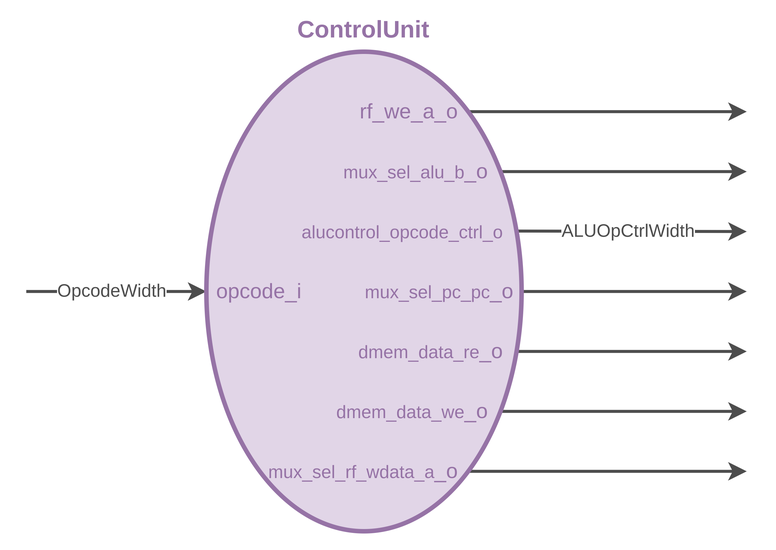
Before: xmint/design/ControlUnit.png, a diagram exported from draw.io (Dark-GreenCat/xmint). Source tidied: cells renumbered, new cells last; positions are measured from the earlier drawing's top-left corner, leaving out a move shared by most shapes. The source it was exported from:
```xml
<mxGraphModel background="#ffffff">
  <root>
    <mxCell id="0" />
    <mxCell id="1" parent="0" />
    <mxCell id="2" style="endArrow=classic;html=1;strokeWidth=2;strokeColor=#4D4D4D;fontFamily=Helvetica;fontSize=10;exitX=0.984;exitY=0.625;exitDx=0;exitDy=0;exitPerimeter=0;" parent="1" edge="1" source="12">
      <mxGeometry relative="1" as="geometry">
        <mxPoint x="480" y="220" as="targetPoint" />
      </mxGeometry>
    </mxCell>
    <mxCell id="3" style="endArrow=classic;html=1;fontSize=12;strokeWidth=2;fontFamily=Helvetica;strokeColor=#4D4D4D;rounded=0;fontColor=#9673A6;startSize=4;exitX=0.932;exitY=0.75;exitDx=0;exitDy=0;exitPerimeter=0;" parent="1" edge="1" source="12">
      <mxGeometry relative="1" as="geometry">
        <mxPoint x="480" y="260" as="targetPoint" />
      </mxGeometry>
    </mxCell>
    <mxCell id="4" style="endArrow=classic;html=1;fontSize=12;strokeWidth=2;fontFamily=Helvetica;strokeColor=#4D4D4D;rounded=0;fontColor=#9673A6;startSize=4;exitX=0.829;exitY=0.875;exitDx=0;exitDy=0;exitPerimeter=0;" parent="1" edge="1" source="12">
      <mxGeometry relative="1" as="geometry">
        <mxPoint x="480" y="300" as="targetPoint" />
      </mxGeometry>
    </mxCell>
    <mxCell id="5" style="endArrow=classic;html=1;fontSize=12;strokeWidth=2;fontFamily=Helvetica;strokeColor=#4D4D4D;rounded=0;fontColor=#9673A6;startSize=4;exitX=1;exitY=0.5;exitDx=0;exitDy=0;exitPerimeter=0;" parent="1" edge="1" source="12">
      <mxGeometry relative="1" as="geometry">
        <mxPoint x="480" y="180" as="targetPoint" />
      </mxGeometry>
    </mxCell>
    <mxCell id="6" style="endArrow=classic;html=1;fontSize=12;strokeWidth=2;fontFamily=Helvetica;strokeColor=#4D4D4D;rounded=0;fontColor=#9673A6;startSize=4;exitX=0.831;exitY=0.125;exitDx=0;exitDy=0;exitPerimeter=0;" parent="1" edge="1" source="12">
      <mxGeometry relative="1" as="geometry">
        <mxPoint x="480" y="60" as="targetPoint" />
      </mxGeometry>
    </mxCell>
    <mxCell id="7" style="endArrow=classic;html=1;fontSize=12;strokeWidth=2;fontFamily=Helvetica;strokeColor=#4D4D4D;rounded=0;fontColor=#9673A6;startSize=4;exitX=0.934;exitY=0.25;exitDx=0;exitDy=0;exitPerimeter=0;" parent="1" edge="1" source="12">
      <mxGeometry relative="1" as="geometry">
        <mxPoint x="480" y="100" as="targetPoint" />
      </mxGeometry>
    </mxCell>
    <mxCell id="8" style="endArrow=classic;html=1;entryX=0;entryY=0;entryDx=0;entryDy=160;entryPerimeter=0;strokeWidth=2;strokeColor=#4D4D4D;fontFamily=Helvetica;fontSize=10;" parent="1" edge="1" target="12">
      <mxGeometry relative="1" as="geometry">
        <mxPoint y="180" as="sourcePoint" />
      </mxGeometry>
    </mxCell>
    <mxCell id="9" value="OpcodeWidth" style="edgeLabel;html=1;align=center;verticalAlign=middle;fontSize=12;fontFamily=Helvetica;fontColor=#4D4D4D;" parent="8" vertex="1">
      <mxGeometry x="0.21" y="1" relative="1" as="geometry">
        <mxPoint x="-16" y="1" as="offset" />
      </mxGeometry>
    </mxCell>
    <mxCell id="10" style="endArrow=classic;html=1;strokeWidth=2;strokeColor=#4D4D4D;fontFamily=Helvetica;fontSize=10;exitX=0.984;exitY=0.374;exitDx=0;exitDy=0;exitPerimeter=0;" parent="1" edge="1" source="12">
      <mxGeometry relative="1" as="geometry">
        <mxPoint x="480" y="140" as="targetPoint" />
      </mxGeometry>
    </mxCell>
    <mxCell id="11" value="ALUOpCtrlWidth" style="edgeLabel;html=1;align=center;verticalAlign=middle;fontSize=12;fontFamily=Helvetica;fontColor=#4D4D4D;" parent="10" vertex="1">
      <mxGeometry x="0.21" y="1" relative="1" as="geometry">
        <mxPoint x="-19" y="1" as="offset" />
      </mxGeometry>
    </mxCell>
    <mxCell id="12" style="externalPins=0;shadow=0;dashed=0;align=center;html=1;strokeWidth=3;shape=mxgraph.rtl.abstract.entity;kind=combinational;drawPins=0;left=3;right=2;bottom=0;top=0;strokeColor=#9673a6;fontFamily=Helvetica;fontSize=12;fillColor=#e1d5e7;" parent="1" vertex="1">
      <mxGeometry x="120" y="20" width="210" height="320" as="geometry" />
    </mxCell>
    <mxCell id="13" value="ControlUnit" style="text;html=1;strokeColor=none;fillColor=none;align=center;verticalAlign=middle;whiteSpace=wrap;rounded=0;fontStyle=1;fontSize=16;fontColor=#9673A6;strokeWidth=3;fontFamily=Helvetica;" parent="1" vertex="1">
      <mxGeometry x="195" width="60" height="10" as="geometry" />
    </mxCell>
    <mxCell id="14" value="opcode_i" style="text;html=1;strokeColor=none;fillColor=none;align=left;verticalAlign=middle;whiteSpace=wrap;rounded=0;fontSize=14;strokeWidth=3;fontFamily=Helvetica;fontColor=#9673A6;" parent="1" vertex="1">
      <mxGeometry x="125" y="165" width="60" height="30" as="geometry" />
    </mxCell>
    <mxCell id="15" value="rf_we_a_o" style="text;html=1;strokeColor=none;fillColor=none;align=right;verticalAlign=middle;whiteSpace=wrap;rounded=0;fontSize=14;strokeWidth=3;fontFamily=Helvetica;fontColor=#9673A6;" parent="1" vertex="1">
      <mxGeometry x="230" y="50" width="60" height="20" as="geometry" />
    </mxCell>
    <mxCell id="16" value="&lt;span style=&quot;font-size: 12px; text-align: center;&quot;&gt;mux_sel_alu_b&lt;/span&gt;_o" style="text;html=1;strokeColor=none;fillColor=none;align=right;verticalAlign=middle;whiteSpace=wrap;rounded=0;fontSize=14;strokeWidth=3;fontFamily=Helvetica;fontColor=#9673A6;fontStyle=0;labelBackgroundColor=none;" parent="1" vertex="1">
      <mxGeometry x="250" y="90" width="60" height="20" as="geometry" />
    </mxCell>
    <mxCell id="17" value="&lt;span style=&quot;font-size: 12px; text-align: center;&quot;&gt;mux_sel_pc_pc&lt;/span&gt;_o" style="text;html=1;strokeColor=none;fillColor=none;align=right;verticalAlign=middle;whiteSpace=wrap;rounded=0;fontSize=14;strokeWidth=3;fontFamily=Helvetica;fontColor=#9673A6;fontStyle=0;labelBackgroundColor=none;" parent="1" vertex="1">
      <mxGeometry x="267" y="170" width="60" height="20" as="geometry" />
    </mxCell>
    <mxCell id="18" value="&lt;span style=&quot;font-size: 12px; text-align: center;&quot;&gt;dmem_data_re&lt;/span&gt;_o" style="text;html=1;strokeColor=none;fillColor=none;align=right;verticalAlign=middle;whiteSpace=wrap;rounded=0;fontSize=14;strokeWidth=3;fontFamily=Helvetica;fontColor=#9673A6;fontStyle=0;labelBackgroundColor=none;" parent="1" vertex="1">
      <mxGeometry x="260" y="210" width="60" height="20" as="geometry" />
    </mxCell>
    <mxCell id="19" value="&lt;span style=&quot;font-size: 12px; text-align: center;&quot;&gt;dmem_data_we&lt;/span&gt;_o" style="text;html=1;strokeColor=none;fillColor=none;align=right;verticalAlign=middle;whiteSpace=wrap;rounded=0;fontSize=14;strokeWidth=3;fontFamily=Helvetica;fontColor=#9673A6;fontStyle=0;labelBackgroundColor=none;" parent="1" vertex="1">
      <mxGeometry x="250" y="250" width="60" height="20" as="geometry" />
    </mxCell>
    <mxCell id="20" value="&lt;span style=&quot;font-size: 12px; text-align: center;&quot;&gt;mux_sel_rf_wdata_a&lt;/span&gt;_o" style="text;html=1;strokeColor=none;fillColor=none;align=right;verticalAlign=middle;whiteSpace=wrap;rounded=0;fontSize=14;strokeWidth=3;fontFamily=Helvetica;fontColor=#9673A6;fontStyle=0;labelBackgroundColor=none;" parent="1" vertex="1">
      <mxGeometry x="230" y="290" width="60" height="20" as="geometry" />
    </mxCell>
    <mxCell id="21" value="&lt;span style=&quot;font-size: 12px; text-align: center;&quot;&gt;alucontrol_opcode_ctrl_o&lt;/span&gt;" style="text;html=1;strokeColor=none;fillColor=none;align=right;verticalAlign=middle;whiteSpace=wrap;rounded=0;fontSize=14;strokeWidth=3;fontFamily=Helvetica;fontColor=#9673A6;fontStyle=0;labelBackgroundColor=none;" parent="1" vertex="1">
      <mxGeometry x="260" y="130" width="60" height="20" as="geometry" />
    </mxCell>
  </root>
</mxGraphModel>
```
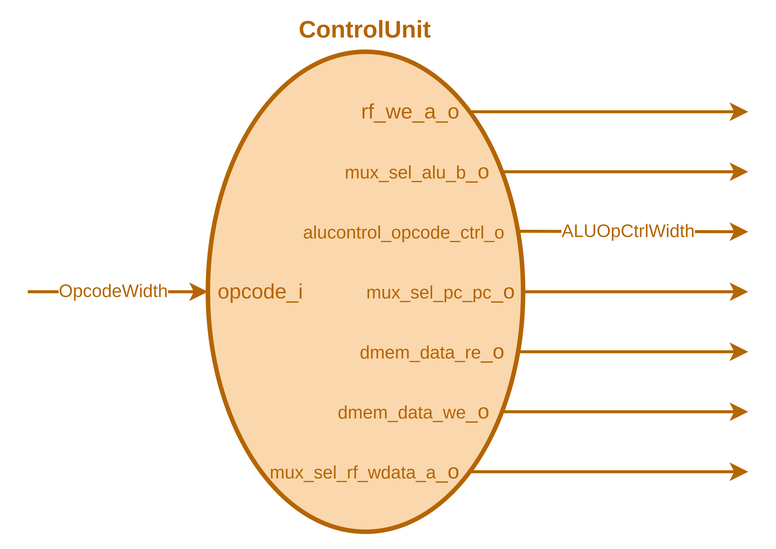
After the commit.

Commit message:
[MODIFY] Change color for Control Unit

The edit, as a diff of the source:
```diff
@@ -2,84 +2,84 @@
   <root>
     <mxCell id="0" />
     <mxCell id="1" parent="0" />
-    <mxCell id="2" style="endArrow=classic;html=1;strokeWidth=2;strokeColor=#4D4D4D;fontFamily=Helvetica;fontSize=10;exitX=0.984;exitY=0.625;exitDx=0;exitDy=0;exitPerimeter=0;" parent="1" edge="1" source="12">
-      <mxGeometry relative="1" as="geometry">
-        <mxPoint x="480" y="220" as="targetPoint" />
-      </mxGeometry>
-    </mxCell>
-    <mxCell id="3" style="endArrow=classic;html=1;fontSize=12;strokeWidth=2;fontFamily=Helvetica;strokeColor=#4D4D4D;rounded=0;fontColor=#9673A6;startSize=4;exitX=0.932;exitY=0.75;exitDx=0;exitDy=0;exitPerimeter=0;" parent="1" edge="1" source="12">
-      <mxGeometry relative="1" as="geometry">
-        <mxPoint x="480" y="260" as="targetPoint" />
-      </mxGeometry>
-    </mxCell>
-    <mxCell id="4" style="endArrow=classic;html=1;fontSize=12;strokeWidth=2;fontFamily=Helvetica;strokeColor=#4D4D4D;rounded=0;fontColor=#9673A6;startSize=4;exitX=0.829;exitY=0.875;exitDx=0;exitDy=0;exitPerimeter=0;" parent="1" edge="1" source="12">
-      <mxGeometry relative="1" as="geometry">
-        <mxPoint x="480" y="300" as="targetPoint" />
-      </mxGeometry>
-    </mxCell>
-    <mxCell id="5" style="endArrow=classic;html=1;fontSize=12;strokeWidth=2;fontFamily=Helvetica;strokeColor=#4D4D4D;rounded=0;fontColor=#9673A6;startSize=4;exitX=1;exitY=0.5;exitDx=0;exitDy=0;exitPerimeter=0;" parent="1" edge="1" source="12">
-      <mxGeometry relative="1" as="geometry">
-        <mxPoint x="480" y="180" as="targetPoint" />
-      </mxGeometry>
-    </mxCell>
-    <mxCell id="6" style="endArrow=classic;html=1;fontSize=12;strokeWidth=2;fontFamily=Helvetica;strokeColor=#4D4D4D;rounded=0;fontColor=#9673A6;startSize=4;exitX=0.831;exitY=0.125;exitDx=0;exitDy=0;exitPerimeter=0;" parent="1" edge="1" source="12">
-      <mxGeometry relative="1" as="geometry">
-        <mxPoint x="480" y="60" as="targetPoint" />
-      </mxGeometry>
-    </mxCell>
-    <mxCell id="7" style="endArrow=classic;html=1;fontSize=12;strokeWidth=2;fontFamily=Helvetica;strokeColor=#4D4D4D;rounded=0;fontColor=#9673A6;startSize=4;exitX=0.934;exitY=0.25;exitDx=0;exitDy=0;exitPerimeter=0;" parent="1" edge="1" source="12">
-      <mxGeometry relative="1" as="geometry">
-        <mxPoint x="480" y="100" as="targetPoint" />
-      </mxGeometry>
-    </mxCell>
-    <mxCell id="8" style="endArrow=classic;html=1;entryX=0;entryY=0;entryDx=0;entryDy=160;entryPerimeter=0;strokeWidth=2;strokeColor=#4D4D4D;fontFamily=Helvetica;fontSize=10;" parent="1" edge="1" target="12">
-      <mxGeometry relative="1" as="geometry">
-        <mxPoint y="180" as="sourcePoint" />
-      </mxGeometry>
-    </mxCell>
+    <mxCell id="22" style="endArrow=classic;html=1;strokeWidth=2;strokeColor=#B46504;fontFamily=Helvetica;fontSize=10;exitX=0.984;exitY=0.625;exitDx=0;exitDy=0;exitPerimeter=0;" parent="1" edge="1" source="30">
+      <mxGeometry relative="1" as="geometry">
+        <mxPoint x="480" y="220" as="targetPoint" />
+      </mxGeometry>
+    </mxCell>
+    <mxCell id="23" style="endArrow=classic;html=1;fontSize=12;strokeWidth=2;fontFamily=Helvetica;strokeColor=#B46504;rounded=0;fontColor=#9673A6;startSize=4;exitX=0.932;exitY=0.75;exitDx=0;exitDy=0;exitPerimeter=0;" parent="1" edge="1" source="30">
+      <mxGeometry relative="1" as="geometry">
+        <mxPoint x="480" y="260" as="targetPoint" />
+      </mxGeometry>
+    </mxCell>
+    <mxCell id="24" style="endArrow=classic;html=1;fontSize=12;strokeWidth=2;fontFamily=Helvetica;strokeColor=#B46504;rounded=0;fontColor=#9673A6;startSize=4;exitX=0.829;exitY=0.875;exitDx=0;exitDy=0;exitPerimeter=0;" parent="1" edge="1" source="30">
+      <mxGeometry relative="1" as="geometry">
+        <mxPoint x="480" y="300" as="targetPoint" />
+      </mxGeometry>
+    </mxCell>
+    <mxCell id="25" style="endArrow=classic;html=1;fontSize=12;strokeWidth=2;fontFamily=Helvetica;strokeColor=#B46504;rounded=0;fontColor=#9673A6;startSize=4;exitX=1;exitY=0.5;exitDx=0;exitDy=0;exitPerimeter=0;" parent="1" edge="1" source="30">
+      <mxGeometry relative="1" as="geometry">
+        <mxPoint x="480" y="180" as="targetPoint" />
+      </mxGeometry>
+    </mxCell>
+    <mxCell id="26" style="endArrow=classic;html=1;fontSize=12;strokeWidth=2;fontFamily=Helvetica;strokeColor=#B46504;rounded=0;fontColor=#9673A6;startSize=4;exitX=0.831;exitY=0.125;exitDx=0;exitDy=0;exitPerimeter=0;" parent="1" edge="1" source="30">
+      <mxGeometry relative="1" as="geometry">
+        <mxPoint x="480" y="60" as="targetPoint" />
+      </mxGeometry>
+    </mxCell>
+    <mxCell id="27" style="endArrow=classic;html=1;fontSize=12;strokeWidth=2;fontFamily=Helvetica;strokeColor=#B46504;rounded=0;fontColor=#9673A6;startSize=4;exitX=0.934;exitY=0.25;exitDx=0;exitDy=0;exitPerimeter=0;" parent="1" edge="1" source="30">
+      <mxGeometry relative="1" as="geometry">
+        <mxPoint x="480" y="100" as="targetPoint" />
+      </mxGeometry>
+    </mxCell>
+    <mxCell id="28" style="endArrow=classic;html=1;entryX=0;entryY=0;entryDx=0;entryDy=160;entryPerimeter=0;strokeWidth=2;strokeColor=#B46504;fontFamily=Helvetica;fontSize=10;" parent="1" edge="1" target="30">
+      <mxGeometry relative="1" as="geometry">
+        <mxPoint y="180" as="sourcePoint" />
+      </mxGeometry>
+    </mxCell>
-    <mxCell id="9" value="OpcodeWidth" style="edgeLabel;html=1;align=center;verticalAlign=middle;fontSize=12;fontFamily=Helvetica;fontColor=#4D4D4D;" parent="8" vertex="1">
+    <mxCell id="9" value="OpcodeWidth" style="edgeLabel;html=1;align=center;verticalAlign=middle;fontSize=12;fontFamily=Helvetica;fontColor=#B46504;" parent="28" vertex="1">
       <mxGeometry x="0.21" y="1" relative="1" as="geometry">
         <mxPoint x="-16" y="1" as="offset" />
       </mxGeometry>
     </mxCell>
-    <mxCell id="10" style="endArrow=classic;html=1;strokeWidth=2;strokeColor=#4D4D4D;fontFamily=Helvetica;fontSize=10;exitX=0.984;exitY=0.374;exitDx=0;exitDy=0;exitPerimeter=0;" parent="1" edge="1" source="12">
-      <mxGeometry relative="1" as="geometry">
-        <mxPoint x="480" y="140" as="targetPoint" />
-      </mxGeometry>
-    </mxCell>
+    <mxCell id="29" style="endArrow=classic;html=1;strokeWidth=2;strokeColor=#B46504;fontFamily=Helvetica;fontSize=10;exitX=0.984;exitY=0.374;exitDx=0;exitDy=0;exitPerimeter=0;" parent="1" edge="1" source="30">
+      <mxGeometry relative="1" as="geometry">
+        <mxPoint x="480" y="140" as="targetPoint" />
+      </mxGeometry>
+    </mxCell>
-    <mxCell id="11" value="ALUOpCtrlWidth" style="edgeLabel;html=1;align=center;verticalAlign=middle;fontSize=12;fontFamily=Helvetica;fontColor=#4D4D4D;" parent="10" vertex="1">
+    <mxCell id="11" value="ALUOpCtrlWidth" style="edgeLabel;html=1;align=center;verticalAlign=middle;fontSize=12;fontFamily=Helvetica;fontColor=#B46504;" parent="29" vertex="1">
       <mxGeometry x="0.21" y="1" relative="1" as="geometry">
         <mxPoint x="-19" y="1" as="offset" />
       </mxGeometry>
     </mxCell>
-    <mxCell id="12" style="externalPins=0;shadow=0;dashed=0;align=center;html=1;strokeWidth=3;shape=mxgraph.rtl.abstract.entity;kind=combinational;drawPins=0;left=3;right=2;bottom=0;top=0;strokeColor=#9673a6;fontFamily=Helvetica;fontSize=12;fillColor=#e1d5e7;" parent="1" vertex="1">
-      <mxGeometry x="120" y="20" width="210" height="320" as="geometry" />
-    </mxCell>
+    <mxCell id="30" style="externalPins=0;shadow=0;dashed=0;align=center;html=1;strokeWidth=3;shape=mxgraph.rtl.abstract.entity;kind=combinational;drawPins=0;left=3;right=2;bottom=0;top=0;strokeColor=#b46504;fontFamily=Helvetica;fontSize=12;fillColor=#fad7ac;" parent="1" vertex="1">
+      <mxGeometry x="120" y="20" width="210" height="320" as="geometry" />
+    </mxCell>
-    <mxCell id="13" value="ControlUnit" style="text;html=1;strokeColor=none;fillColor=none;align=center;verticalAlign=middle;whiteSpace=wrap;rounded=0;fontStyle=1;fontSize=16;fontColor=#9673A6;strokeWidth=3;fontFamily=Helvetica;" parent="1" vertex="1">
+    <mxCell id="13" value="ControlUnit" style="text;html=1;strokeColor=none;fillColor=none;align=center;verticalAlign=middle;whiteSpace=wrap;rounded=0;fontStyle=1;fontSize=16;fontColor=#B46504;strokeWidth=3;fontFamily=Helvetica;" parent="1" vertex="1">
       <mxGeometry x="195" width="60" height="10" as="geometry" />
     </mxCell>
-    <mxCell id="14" value="opcode_i" style="text;html=1;strokeColor=none;fillColor=none;align=left;verticalAlign=middle;whiteSpace=wrap;rounded=0;fontSize=14;strokeWidth=3;fontFamily=Helvetica;fontColor=#9673A6;" parent="1" vertex="1">
+    <mxCell id="14" value="opcode_i" style="text;html=1;strokeColor=none;fillColor=none;align=left;verticalAlign=middle;whiteSpace=wrap;rounded=0;fontSize=14;strokeWidth=3;fontFamily=Helvetica;fontColor=#B46504;" parent="1" vertex="1">
       <mxGeometry x="125" y="165" width="60" height="30" as="geometry" />
     </mxCell>
-    <mxCell id="15" value="rf_we_a_o" style="text;html=1;strokeColor=none;fillColor=none;align=right;verticalAlign=middle;whiteSpace=wrap;rounded=0;fontSize=14;strokeWidth=3;fontFamily=Helvetica;fontColor=#9673A6;" parent="1" vertex="1">
+    <mxCell id="15" value="rf_we_a_o" style="text;html=1;strokeColor=none;fillColor=none;align=right;verticalAlign=middle;whiteSpace=wrap;rounded=0;fontSize=14;strokeWidth=3;fontFamily=Helvetica;fontColor=#B46504;" parent="1" vertex="1">
       <mxGeometry x="230" y="50" width="60" height="20" as="geometry" />
     </mxCell>
-    <mxCell id="16" value="&lt;span style=&quot;font-size: 12px; text-align: center;&quot;&gt;mux_sel_alu_b&lt;/span&gt;_o" style="text;html=1;strokeColor=none;fillColor=none;align=right;verticalAlign=middle;whiteSpace=wrap;rounded=0;fontSize=14;strokeWidth=3;fontFamily=Helvetica;fontColor=#9673A6;fontStyle=0;labelBackgroundColor=none;" parent="1" vertex="1">
+    <mxCell id="16" value="&lt;span style=&quot;font-size: 12px; text-align: center;&quot;&gt;mux_sel_alu_b&lt;/span&gt;_o" style="text;html=1;strokeColor=none;fillColor=none;align=right;verticalAlign=middle;whiteSpace=wrap;rounded=0;fontSize=14;strokeWidth=3;fontFamily=Helvetica;fontColor=#B46504;fontStyle=0;labelBackgroundColor=none;" parent="1" vertex="1">
       <mxGeometry x="250" y="90" width="60" height="20" as="geometry" />
     </mxCell>
-    <mxCell id="17" value="&lt;span style=&quot;font-size: 12px; text-align: center;&quot;&gt;mux_sel_pc_pc&lt;/span&gt;_o" style="text;html=1;strokeColor=none;fillColor=none;align=right;verticalAlign=middle;whiteSpace=wrap;rounded=0;fontSize=14;strokeWidth=3;fontFamily=Helvetica;fontColor=#9673A6;fontStyle=0;labelBackgroundColor=none;" parent="1" vertex="1">
+    <mxCell id="17" value="&lt;span style=&quot;font-size: 12px; text-align: center;&quot;&gt;mux_sel_pc_pc&lt;/span&gt;_o" style="text;html=1;strokeColor=none;fillColor=none;align=right;verticalAlign=middle;whiteSpace=wrap;rounded=0;fontSize=14;strokeWidth=3;fontFamily=Helvetica;fontColor=#B46504;fontStyle=0;labelBackgroundColor=none;" parent="1" vertex="1">
       <mxGeometry x="267" y="170" width="60" height="20" as="geometry" />
     </mxCell>
-    <mxCell id="18" value="&lt;span style=&quot;font-size: 12px; text-align: center;&quot;&gt;dmem_data_re&lt;/span&gt;_o" style="text;html=1;strokeColor=none;fillColor=none;align=right;verticalAlign=middle;whiteSpace=wrap;rounded=0;fontSize=14;strokeWidth=3;fontFamily=Helvetica;fontColor=#9673A6;fontStyle=0;labelBackgroundColor=none;" parent="1" vertex="1">
+    <mxCell id="18" value="&lt;span style=&quot;font-size: 12px; text-align: center;&quot;&gt;dmem_data_re&lt;/span&gt;_o" style="text;html=1;strokeColor=none;fillColor=none;align=right;verticalAlign=middle;whiteSpace=wrap;rounded=0;fontSize=14;strokeWidth=3;fontFamily=Helvetica;fontColor=#B46504;fontStyle=0;labelBackgroundColor=none;" parent="1" vertex="1">
       <mxGeometry x="260" y="210" width="60" height="20" as="geometry" />
     </mxCell>
-    <mxCell id="19" value="&lt;span style=&quot;font-size: 12px; text-align: center;&quot;&gt;dmem_data_we&lt;/span&gt;_o" style="text;html=1;strokeColor=none;fillColor=none;align=right;verticalAlign=middle;whiteSpace=wrap;rounded=0;fontSize=14;strokeWidth=3;fontFamily=Helvetica;fontColor=#9673A6;fontStyle=0;labelBackgroundColor=none;" parent="1" vertex="1">
+    <mxCell id="19" value="&lt;span style=&quot;font-size: 12px; text-align: center;&quot;&gt;dmem_data_we&lt;/span&gt;_o" style="text;html=1;strokeColor=none;fillColor=none;align=right;verticalAlign=middle;whiteSpace=wrap;rounded=0;fontSize=14;strokeWidth=3;fontFamily=Helvetica;fontColor=#B46504;fontStyle=0;labelBackgroundColor=none;" parent="1" vertex="1">
       <mxGeometry x="250" y="250" width="60" height="20" as="geometry" />
     </mxCell>
-    <mxCell id="20" value="&lt;span style=&quot;font-size: 12px; text-align: center;&quot;&gt;mux_sel_rf_wdata_a&lt;/span&gt;_o" style="text;html=1;strokeColor=none;fillColor=none;align=right;verticalAlign=middle;whiteSpace=wrap;rounded=0;fontSize=14;strokeWidth=3;fontFamily=Helvetica;fontColor=#9673A6;fontStyle=0;labelBackgroundColor=none;" parent="1" vertex="1">
+    <mxCell id="20" value="&lt;span style=&quot;font-size: 12px; text-align: center;&quot;&gt;mux_sel_rf_wdata_a&lt;/span&gt;_o" style="text;html=1;strokeColor=none;fillColor=none;align=right;verticalAlign=middle;whiteSpace=wrap;rounded=0;fontSize=14;strokeWidth=3;fontFamily=Helvetica;fontColor=#B46504;fontStyle=0;labelBackgroundColor=none;" parent="1" vertex="1">
       <mxGeometry x="230" y="290" width="60" height="20" as="geometry" />
     </mxCell>
-    <mxCell id="21" value="&lt;span style=&quot;font-size: 12px; text-align: center;&quot;&gt;alucontrol_opcode_ctrl_o&lt;/span&gt;" style="text;html=1;strokeColor=none;fillColor=none;align=right;verticalAlign=middle;whiteSpace=wrap;rounded=0;fontSize=14;strokeWidth=3;fontFamily=Helvetica;fontColor=#9673A6;fontStyle=0;labelBackgroundColor=none;" parent="1" vertex="1">
+    <mxCell id="21" value="&lt;span style=&quot;font-size: 12px; text-align: center;&quot;&gt;alucontrol_opcode_ctrl_o&lt;/span&gt;" style="text;html=1;strokeColor=none;fillColor=none;align=right;verticalAlign=middle;whiteSpace=wrap;rounded=0;fontSize=14;strokeWidth=3;fontFamily=Helvetica;fontColor=#B46504;fontStyle=0;labelBackgroundColor=none;" parent="1" vertex="1">
       <mxGeometry x="260" y="130" width="60" height="20" as="geometry" />
     </mxCell>
   </root>
```
